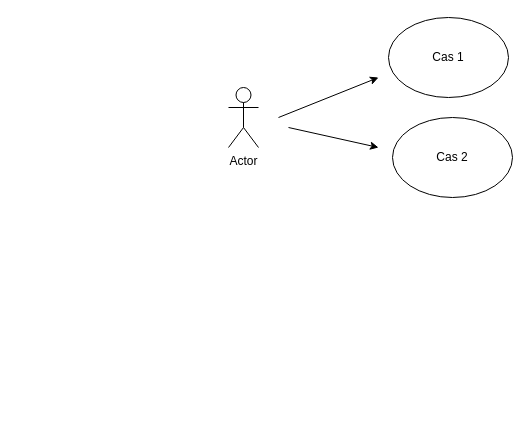
Before: documentation/UseCases.drawio in Sylvain-Lechaire/projetWeb, a draw.io diagram. Source tidied: cells renumbered, new cells numbered last; positions are measured from the earlier drawing's top-left corner, leaving out a move shared by most shapes. Both pictures are drawn from the tidied source at 100%, with x=0, y=0 at pixel (228, 17).
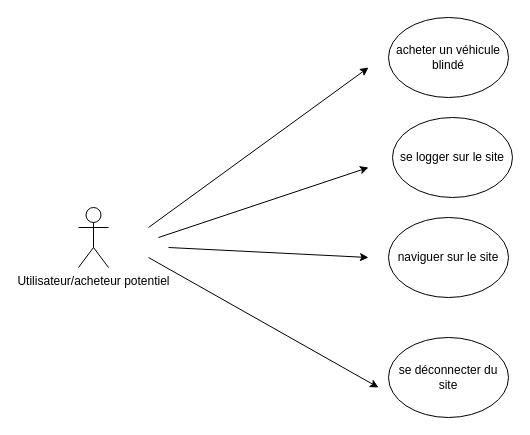
Above is the later version.

Commit message:
finished uses cases

Diff of the diagram source:
```diff
@@
 <mxGraphModel>
   <root>
     <mxCell id="0" />
     <mxCell id="1" parent="0" />
-    <mxCell id="2" value="Actor" style="shape=umlActor;verticalLabelPosition=bottom;labelBackgroundColor=#ffffff;verticalAlign=top;html=1;" parent="1" vertex="1">
-      <mxGeometry y="70" width="30" height="60" as="geometry" />
+    <mxCell id="2" value="Utilisateur/acheteur potentiel" style="shape=umlActor;verticalLabelPosition=bottom;labelBackgroundColor=#ffffff;verticalAlign=top;html=1;" parent="1" vertex="1">
+      <mxGeometry x="-150" y="190" width="30" height="60" as="geometry" />
     </mxCell>
     <mxCell id="3" style="endArrow=classic;html=1;" parent="1" edge="1">
       <mxGeometry relative="1" as="geometry">
-        <mxPoint x="50" y="100" as="sourcePoint" />
-        <mxPoint x="150" y="60" as="targetPoint" />
+        <mxPoint x="-70" y="220" as="sourcePoint" />
+        <mxPoint x="140" y="150" as="targetPoint" />
       </mxGeometry>
     </mxCell>
-    <mxCell id="4" value="Cas 1" style="ellipse;whiteSpace=wrap;html=1;" parent="1" vertex="1">
+    <mxCell id="4" value="acheter un véhicule blindé" style="ellipse;whiteSpace=wrap;html=1;" parent="1" vertex="1">
       <mxGeometry x="160" width="120" height="80" as="geometry" />
     </mxCell>
     <mxCell id="5" style="endArrow=classic;html=1;" parent="1" edge="1">
       <mxGeometry relative="1" as="geometry">
-        <mxPoint x="60" y="110" as="sourcePoint" />
-        <mxPoint x="150" y="130" as="targetPoint" />
+        <mxPoint x="-60" y="230" as="sourcePoint" />
+        <mxPoint x="140" y="240" as="targetPoint" />
       </mxGeometry>
     </mxCell>
-    <mxCell id="6" value="Cas 2" style="ellipse;whiteSpace=wrap;html=1;" parent="1" vertex="1">
+    <mxCell id="6" value="se logger sur le site" style="ellipse;whiteSpace=wrap;html=1;" parent="1" vertex="1">
       <mxGeometry x="164" y="100" width="120" height="80" as="geometry" />
     </mxCell>
+    <mxCell id="7" value="naviguer sur le site" style="ellipse;whiteSpace=wrap;html=1;" parent="1" vertex="1">
+      <mxGeometry x="160" y="200" width="120" height="80" as="geometry" />
+    </mxCell>
+    <mxCell id="8" value="se déconnecter du site" style="ellipse;whiteSpace=wrap;html=1;" parent="1" vertex="1">
+      <mxGeometry x="160" y="320" width="120" height="80" as="geometry" />
+    </mxCell>
+    <mxCell id="9" style="endArrow=classic;html=1;" parent="1" edge="1">
+      <mxGeometry relative="1" as="geometry">
+        <mxPoint x="-80" y="210" as="sourcePoint" />
+        <mxPoint x="140" y="50" as="targetPoint" />
+      </mxGeometry>
+    </mxCell>
+    <mxCell id="10" style="endArrow=classic;html=1;" parent="1" edge="1">
+      <mxGeometry relative="1" as="geometry">
+        <mxPoint x="-80" y="240" as="sourcePoint" />
+        <mxPoint x="150" y="370" as="targetPoint" />
+      </mxGeometry>
+    </mxCell>
   </root>
 </mxGraphModel>
```
